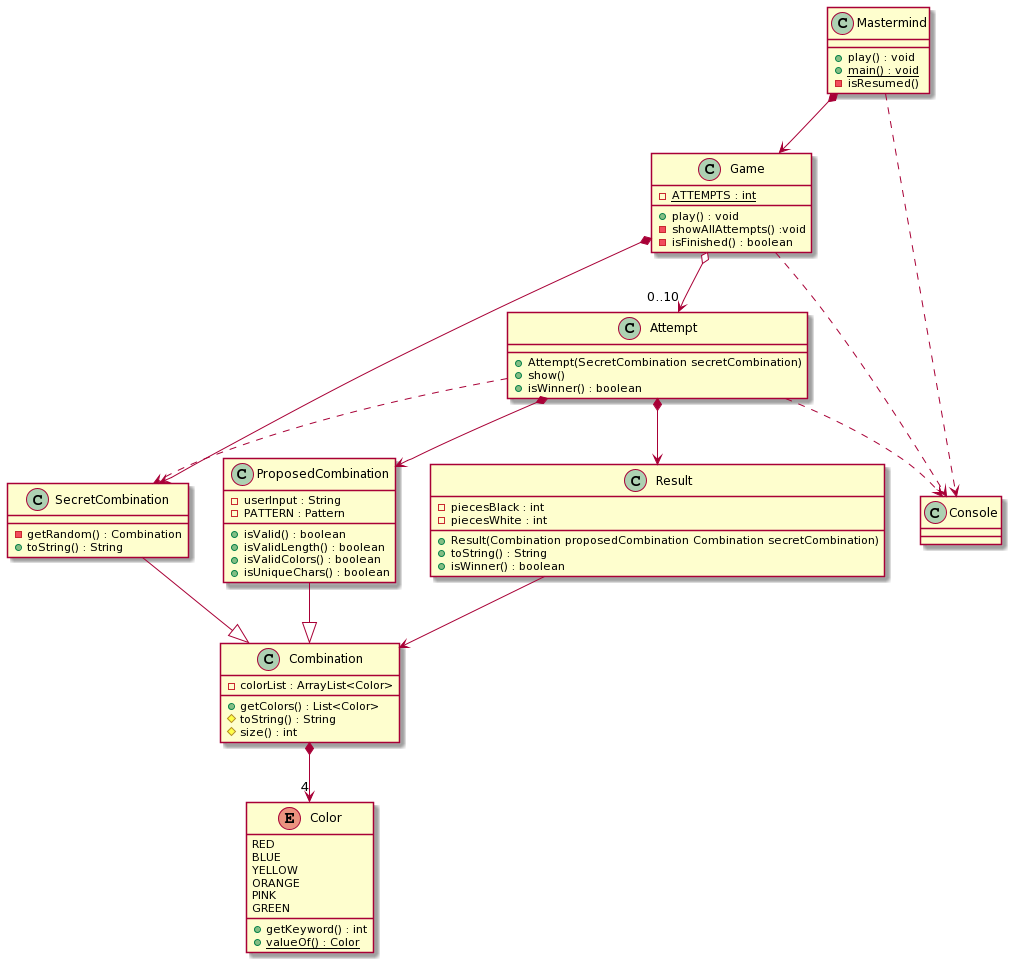
Earlier version of the PlantUML export BasicPlayUMLMastermind.png (Master-Desarrollo-20-21/ejercicio-1-relaciones-entre-clases-jumpering).
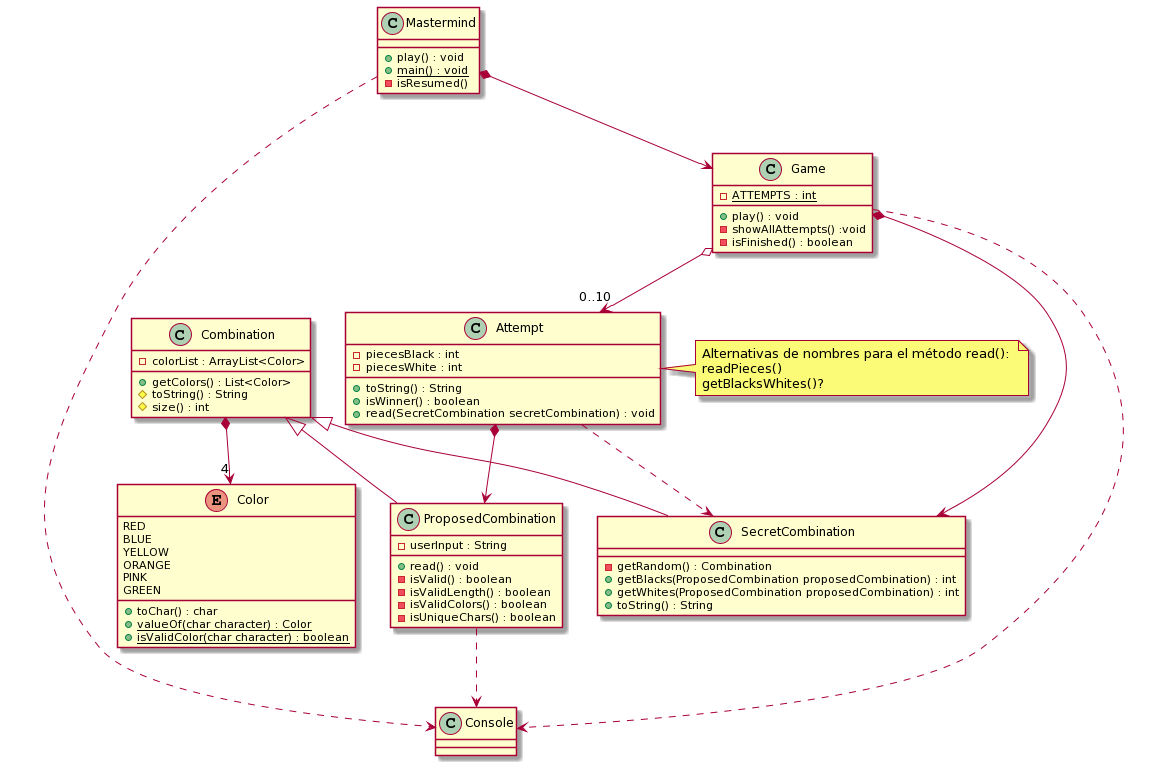
After the change.

What changed in the source:
```diff
@@ -15,18 +15,25 @@
 }
 
 class Attempt{
-+Attempt(SecretCombination secretCombination)
-+show()
+- piecesBlack : int
+- piecesWhite : int
++toString() : String
 +isWinner() : boolean
++ read(SecretCombination secretCombination) : void
+
+
 }
+note right: Alternativas de nombres para el método read(): \nreadPieces()\ngetBlacksWhites()?
 
-Attempt *--> Result
+
 Attempt *--> ProposedCombination
 Attempt ..> SecretCombination
 Game o-->"0..10" Attempt
 
 class SecretCombination{
 - getRandom() : Combination
++ getBlacks(ProposedCombination proposedCombination) : int
++ getWhites(ProposedCombination proposedCombination) : int
 + toString() : String
 }
 
@@ -34,11 +41,11 @@
 
 class ProposedCombination{
 - userInput : String
-- PATTERN : Pattern
-+ isValid() : boolean
-+ isValidLength() : boolean
-+ isValidColors() : boolean
-+ isUniqueChars() : boolean
++ read() : void
+- isValid() : boolean
+- isValidLength() : boolean
+- isValidColors() : boolean
+- isUniqueChars() : boolean
 }
 
 
@@ -52,16 +59,6 @@
 
 
 
-class Result
-{
-- piecesBlack : int
-- piecesWhite : int
-+ Result(Combination proposedCombination Combination secretCombination)
-+ toString() : String
-+ isWinner() : boolean
-}
-
-
 
 Enum Color{
 RED
@@ -70,18 +67,18 @@
 ORANGE
 PINK
 GREEN
-+ getKeyword() : int
-+ {static} valueOf() : Color
++ toChar() : char
++ {static} valueOf(char character) : Color
++ {static} isValidColor(char character) : boolean
 }
 
 
 Mastermind *--> Game
 Game *--> SecretCombination
 Game ..> Console
-SecretCombination --^ Combination
-Result --> Combination
-ProposedCombination --^ Combination
-Attempt ..> Console
+SecretCombination -up-^ Combination
+ProposedCombination -up-^ Combination
+ProposedCombination ..> Console
 Mastermind ..> Console
 Combination *-->"4" Color
 @enduml
```
